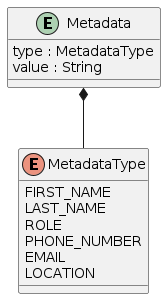
Above: docs/uml/out/entities.png in metaph3r/personal-profile-page (PlantUML), before the change. Its diagram source:
```plantuml
@startuml entities

entity Metadata {
    type : MetadataType
    value : String
}

enum MetadataType {
    FIRST_NAME
    LAST_NAME
    ROLE
    PHONE_NUMBER
    EMAIL
    LOCATION
}

Metadata *-- MetadataType

@enduml
```
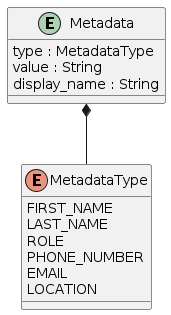
After the commit.

What changed in the source:
```diff
@@ -3,6 +3,7 @@
 entity Metadata {
     type : MetadataType
     value : String
+    display_name : String
 }
 
 enum MetadataType {
```
